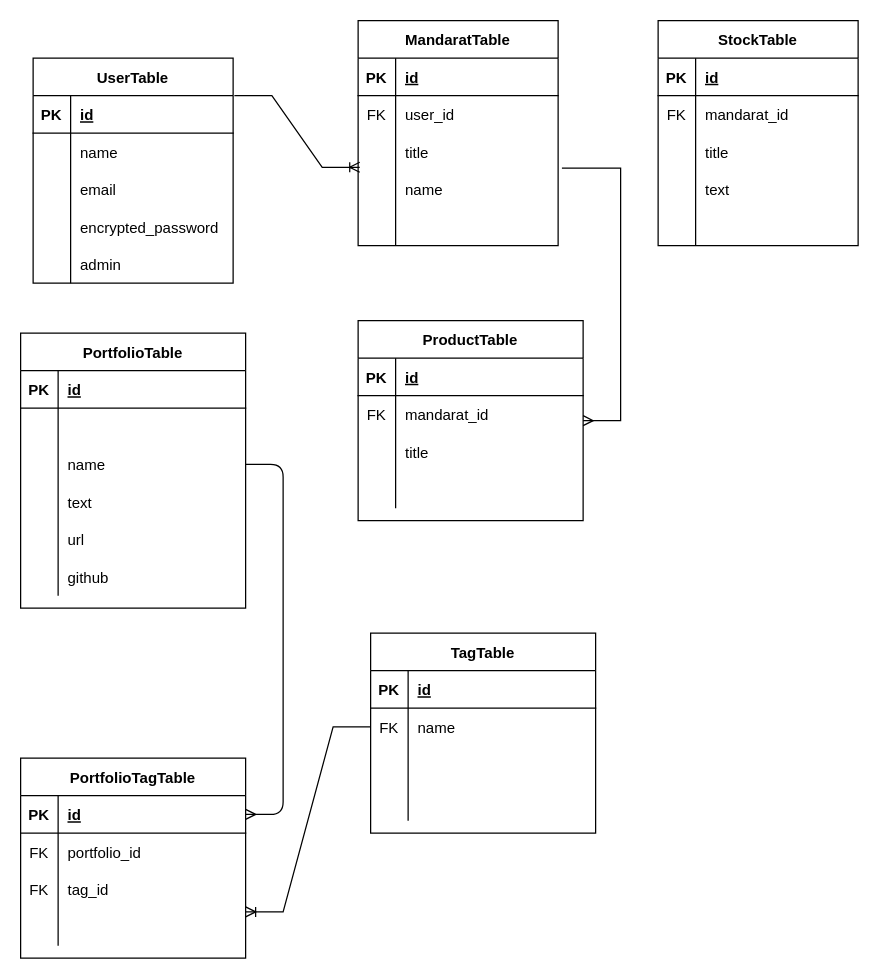
Before: page "ページ1" (1 of 2) of app/er.dio in JAMChannel/mandarat-app, a draw.io diagram. Source tidied: cells renumbered, new cells numbered last; positions are measured from the earlier drawing's top-left corner, leaving out a move shared by most shapes. Both pictures are drawn from the tidied source at 125%, with x=0, y=0 at pixel (20, 20).
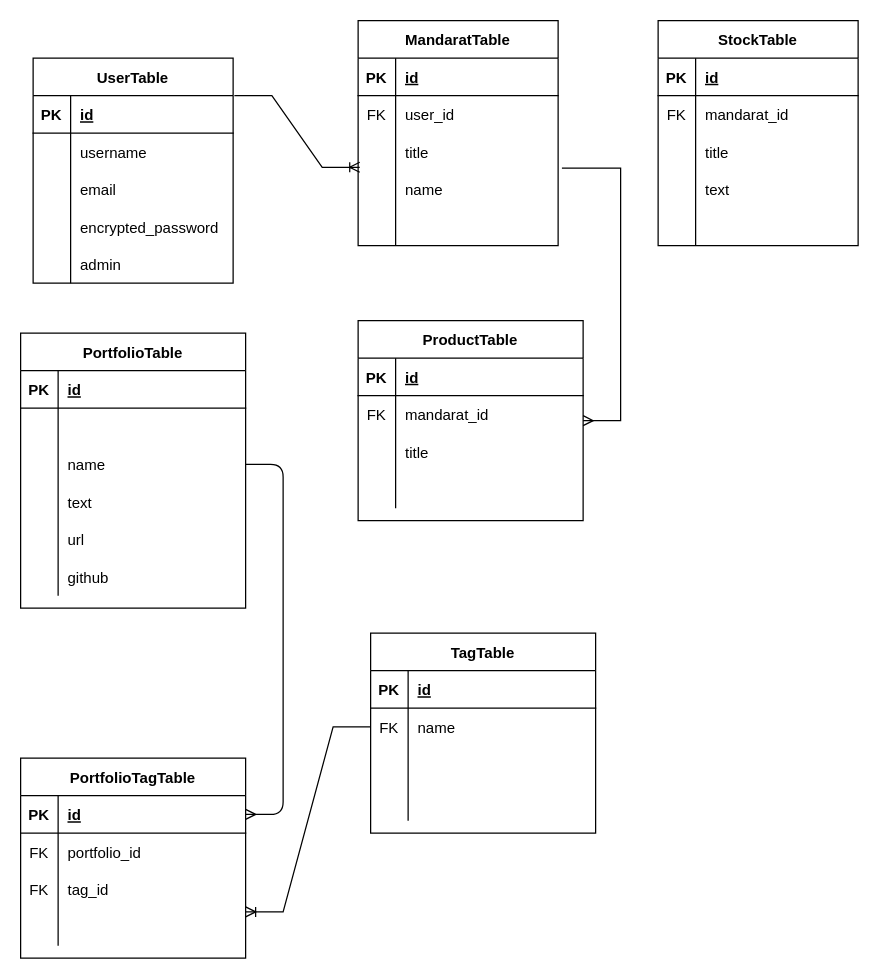
Above is the later version.

Unchanged cells that the change refers to:
```xml
<mxCell id="7" style="shape=partialRectangle;fillColor=none;top=0;left=0;bottom=0;right=0;" parent="3" vertex="1">
  <mxGeometry y="60" width="160" height="30" as="geometry" />
</mxCell>
```

Diff of the diagram source:
```diff
@@
-    <mxCell id="9" value="name" style="shape=partialRectangle;fillColor=none;top=0;left=0;bottom=0;right=0;align=left;spacingLeft=6;overflow=hidden;" parent="7" vertex="1">
+    <mxCell id="9" value="username" style="shape=partialRectangle;fillColor=none;top=0;left=0;bottom=0;right=0;align=left;spacingLeft=6;overflow=hidden;" parent="7" vertex="1">
       <mxGeometry x="30" width="130" height="30" as="geometry" />
     </mxCell>
```
